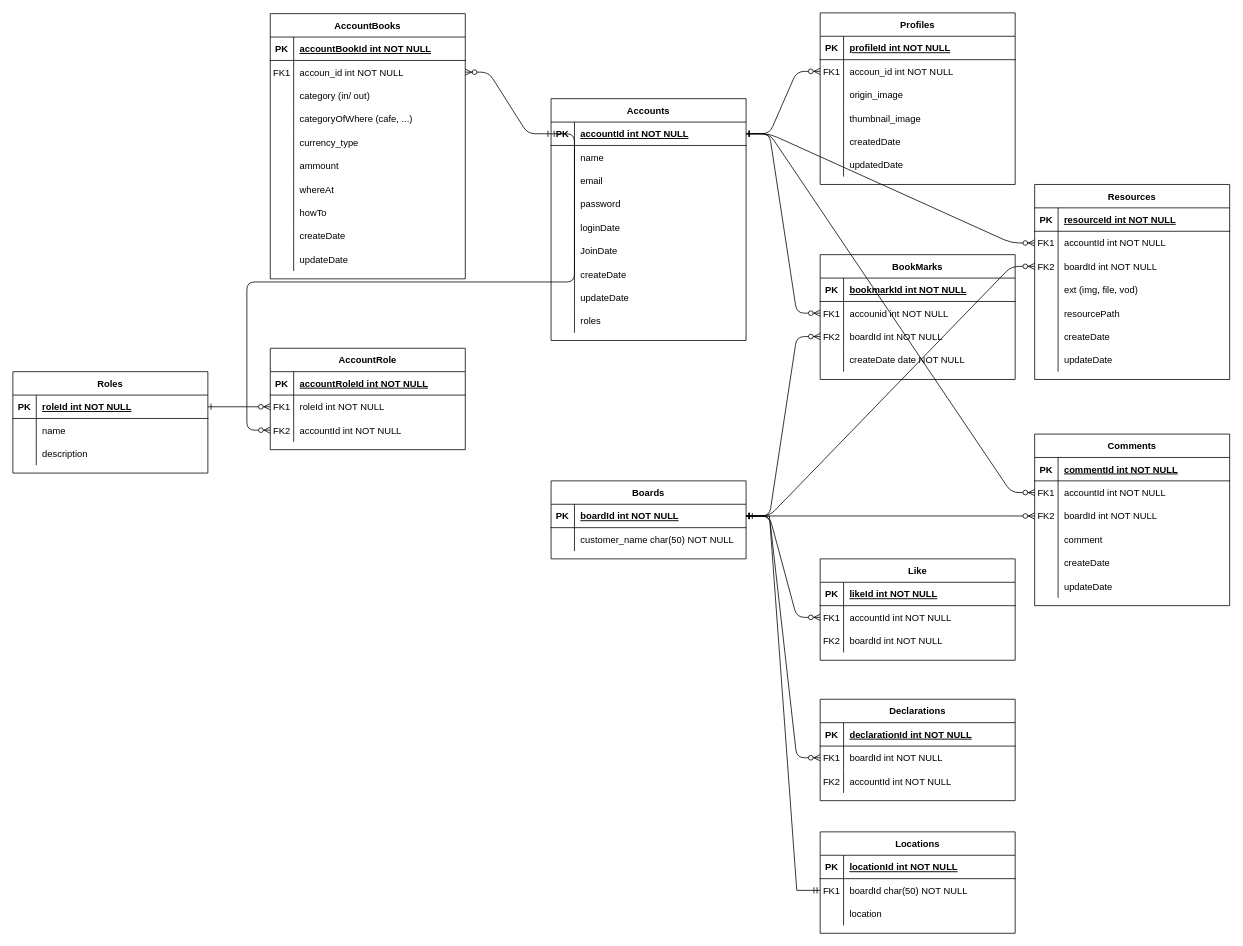
The draw.io diagram Untitled Diagram.drawio in gitSaein/chat-service, before the edit. Source tidied: cells renumbered, new cells numbered last; positions are measured from the earlier drawing's top-left corner, leaving out a move shared by most shapes. Both pictures are drawn from the tidied source at 78%, with x=0, y=0 at pixel (12, 12).
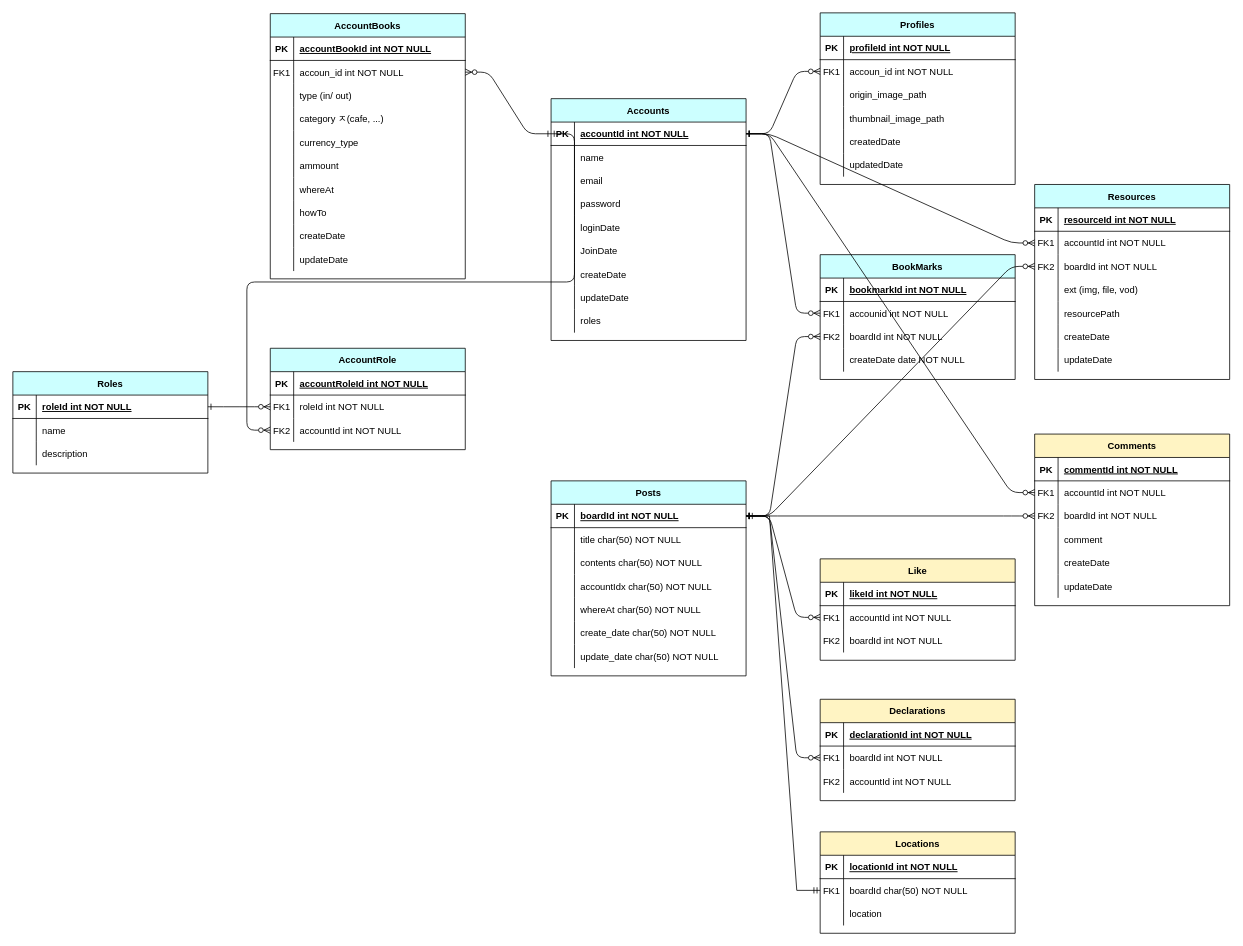
The same diagram, later.

Unchanged cells that the change refers to:
```xml
<mxCell id="101" style="shape=partialRectangle;fillColor=none;top=0;left=0;right=0;bottom=0;" parent="94" vertex="1">
  <mxGeometry y="90" width="250" height="30" as="geometry" />
</mxCell>
<mxCell id="104" style="shape=partialRectangle;fillColor=none;top=0;left=0;right=0;bottom=0;" parent="94" vertex="1">
  <mxGeometry y="120" width="250" height="30" as="geometry" />
</mxCell>
<mxCell id="156" style="shape=partialRectangle;fillColor=none;top=0;left=0;right=0;bottom=0;" parent="149" vertex="1">
  <mxGeometry y="90" width="250" height="30" as="geometry" />
</mxCell>
<mxCell id="159" style="shape=partialRectangle;fillColor=none;top=0;left=0;right=0;bottom=0;" parent="149" vertex="1">
  <mxGeometry y="120" width="250" height="30" as="geometry" />
</mxCell>
```

What changed in the source:
```diff
@@
-    <mxCell id="2" value="Boards" style="shape=table;startSize=30;childLayout=tableLayout;rowLines=0;fontStyle=1;align=center;" parent="1" vertex="1">
-      <mxGeometry x="690" y="600" width="250" height="100" as="geometry" />
+    <mxCell id="2" value="Posts" style="shape=table;startSize=30;childLayout=tableLayout;rowLines=0;fontStyle=1;align=center;fillColor=#CCFFFF;" parent="1" vertex="1">
+      <mxGeometry x="690" y="600" width="250" height="250" as="geometry" />
     </mxCell>
@@
+    <mxCell id="204" style="shape=partialRectangle;fillColor=none;top=0;left=0;right=0;bottom=0;" parent="2" vertex="1">
+      <mxGeometry y="60" width="250" height="30" as="geometry" />
+    </mxCell>
+    <mxCell id="205" style="shape=partialRectangle;overflow=hidden;fillColor=none;top=0;left=0;bottom=0;right=0;" parent="204" vertex="1">
+      <mxGeometry width="30" height="30" as="geometry" />
+    </mxCell>
+    <mxCell id="206" value="title char(50) NOT NULL" style="shape=partialRectangle;overflow=hidden;fillColor=none;top=0;left=0;bottom=0;right=0;align=left;spacingLeft=6;" parent="204" vertex="1">
+      <mxGeometry x="30" width="220" height="30" as="geometry" />
+    </mxCell>
+    <mxCell id="207" style="shape=partialRectangle;fillColor=none;top=0;left=0;right=0;bottom=0;" parent="2" vertex="1">
+      <mxGeometry y="90" width="250" height="30" as="geometry" />
+    </mxCell>
+    <mxCell id="208" style="shape=partialRectangle;overflow=hidden;fillColor=none;top=0;left=0;bottom=0;right=0;" parent="207" vertex="1">
+      <mxGeometry width="30" height="30" as="geometry" />
+    </mxCell>
+    <mxCell id="209" value="contents char(50) NOT NULL" style="shape=partialRectangle;overflow=hidden;fillColor=none;top=0;left=0;bottom=0;right=0;align=left;spacingLeft=6;" parent="207" vertex="1">
+      <mxGeometry x="30" width="220" height="30" as="geometry" />
+    </mxCell>
+    <mxCell id="210" style="shape=partialRectangle;fillColor=none;top=0;left=0;right=0;bottom=0;" parent="2" vertex="1">
+      <mxGeometry y="120" width="250" height="30" as="geometry" />
+    </mxCell>
+    <mxCell id="211" style="shape=partialRectangle;overflow=hidden;fillColor=none;top=0;left=0;bottom=0;right=0;" parent="210" vertex="1">
+      <mxGeometry width="30" height="30" as="geometry" />
+    </mxCell>
+    <mxCell id="212" value="accountIdx char(50) NOT NULL" style="shape=partialRectangle;overflow=hidden;fillColor=none;top=0;left=0;bottom=0;right=0;align=left;spacingLeft=6;" parent="210" vertex="1">
+      <mxGeometry x="30" width="220" height="30" as="geometry" />
+    </mxCell>
+    <mxCell id="213" style="shape=partialRectangle;fillColor=none;top=0;left=0;right=0;bottom=0;" parent="2" vertex="1">
+      <mxGeometry y="150" width="250" height="30" as="geometry" />
+    </mxCell>
+    <mxCell id="214" style="shape=partialRectangle;overflow=hidden;fillColor=none;top=0;left=0;bottom=0;right=0;" parent="213" vertex="1">
+      <mxGeometry width="30" height="30" as="geometry" />
+    </mxCell>
+    <mxCell id="215" value="whereAt char(50) NOT NULL" style="shape=partialRectangle;overflow=hidden;fillColor=none;top=0;left=0;bottom=0;right=0;align=left;spacingLeft=6;" parent="213" vertex="1">
+      <mxGeometry x="30" width="220" height="30" as="geometry" />
+    </mxCell>
+    <mxCell id="216" style="shape=partialRectangle;fillColor=none;top=0;left=0;right=0;bottom=0;" parent="2" vertex="1">
+      <mxGeometry y="180" width="250" height="30" as="geometry" />
+    </mxCell>
+    <mxCell id="217" style="shape=partialRectangle;overflow=hidden;fillColor=none;top=0;left=0;bottom=0;right=0;" parent="216" vertex="1">
+      <mxGeometry width="30" height="30" as="geometry" />
+    </mxCell>
+    <mxCell id="218" value="create_date char(50) NOT NULL" style="shape=partialRectangle;overflow=hidden;fillColor=none;top=0;left=0;bottom=0;right=0;align=left;spacingLeft=6;" parent="216" vertex="1">
+      <mxGeometry x="30" width="220" height="30" as="geometry" />
+    </mxCell>
     <mxCell id="6" style="shape=partialRectangle;fillColor=none;top=0;left=0;right=0;bottom=0;" parent="2" vertex="1">
-      <mxGeometry y="60" width="250" height="30" as="geometry" />
+      <mxGeometry y="210" width="250" height="30" as="geometry" />
     </mxCell>
@@
-    <mxCell id="8" value="customer_name char(50) NOT NULL" style="shape=partialRectangle;overflow=hidden;fillColor=none;top=0;left=0;bottom=0;right=0;align=left;spacingLeft=6;" parent="6" vertex="1">
+    <mxCell id="8" value="update_date char(50) NOT NULL" style="shape=partialRectangle;overflow=hidden;fillColor=none;top=0;left=0;bottom=0;right=0;align=left;spacingLeft=6;" parent="6" vertex="1">
       <mxGeometry x="30" width="220" height="30" as="geometry" />
     </mxCell>
-    <mxCell id="9" value="Comments" style="shape=table;startSize=30;childLayout=tableLayout;rowLines=0;fontStyle=1;align=center;" parent="1" vertex="1">
+    <mxCell id="9" value="Comments" style="shape=table;startSize=30;childLayout=tableLayout;rowLines=0;fontStyle=1;align=center;fillColor=#FFF4C3;" parent="1" vertex="1">
       <mxGeometry x="1310" y="540" width="250" height="220" as="geometry" />
     </mxCell>
@@
-    <mxCell id="28" value="Like" style="shape=table;startSize=30;childLayout=tableLayout;rowLines=0;fontStyle=1;align=center;" parent="1" vertex="1">
+    <mxCell id="28" value="Like" style="shape=table;startSize=30;childLayout=tableLayout;rowLines=0;fontStyle=1;align=center;fillColor=#FFF4C3;" parent="1" vertex="1">
       <mxGeometry x="1035" y="700" width="250" height="130" as="geometry" />
     </mxCell>
@@
-    <mxCell id="38" value="Declarations" style="shape=table;startSize=30;childLayout=tableLayout;rowLines=0;fontStyle=1;align=center;" parent="1" vertex="1">
+    <mxCell id="38" value="Declarations" style="shape=table;startSize=30;childLayout=tableLayout;rowLines=0;fontStyle=1;align=center;fillColor=#FFF4C3;" parent="1" vertex="1">
       <mxGeometry x="1035" y="880" width="250" height="130" as="geometry" />
     </mxCell>
@@
-    <mxCell id="51" value="BookMarks" style="shape=table;startSize=30;childLayout=tableLayout;rowLines=0;fontStyle=1;align=center;" parent="1" vertex="1">
+    <mxCell id="51" value="BookMarks" style="shape=table;startSize=30;childLayout=tableLayout;rowLines=0;fontStyle=1;align=center;fillColor=#CCFFFF;" parent="1" vertex="1">
       <mxGeometry x="1035" y="310" width="250" height="160" as="geometry" />
     </mxCell>
@@
-    <mxCell id="66" value="Accounts" style="shape=table;startSize=30;childLayout=tableLayout;rowLines=0;fontStyle=1;align=center;" parent="1" vertex="1">
+    <mxCell id="66" value="Accounts" style="shape=table;startSize=30;childLayout=tableLayout;rowLines=0;fontStyle=1;align=center;fillColor=#CCFFFF;" parent="1" vertex="1">
       <mxGeometry x="690" y="110" width="250" height="310" as="geometry" />
     </mxCell>
@@
-    <mxCell id="94" value="Profiles" style="shape=table;startSize=30;childLayout=tableLayout;rowLines=0;fontStyle=1;align=center;" parent="1" vertex="1">
+    <mxCell id="94" value="Profiles" style="shape=table;startSize=30;childLayout=tableLayout;rowLines=0;fontStyle=1;align=center;fillColor=#CCFFFF;" parent="1" vertex="1">
       <mxGeometry x="1035" width="250" height="220" as="geometry" />
     </mxCell>
@@
-    <mxCell id="103" value="origin_image" style="shape=partialRectangle;overflow=hidden;fillColor=none;top=0;left=0;bottom=0;right=0;align=left;spacingLeft=6;" parent="101" vertex="1">
+    <mxCell id="103" value="origin_image_path" style="shape=partialRectangle;overflow=hidden;fillColor=none;top=0;left=0;bottom=0;right=0;align=left;spacingLeft=6;" parent="101" vertex="1">
       <mxGeometry x="30" width="220" height="30" as="geometry" />
     </mxCell>
@@
-    <mxCell id="106" value="thumbnail_image" style="shape=partialRectangle;overflow=hidden;fillColor=none;top=0;left=0;bottom=0;right=0;align=left;spacingLeft=6;" parent="104" vertex="1">
+    <mxCell id="106" value="thumbnail_image_path" style="shape=partialRectangle;overflow=hidden;fillColor=none;top=0;left=0;bottom=0;right=0;align=left;spacingLeft=6;" parent="104" vertex="1">
       <mxGeometry x="30" width="220" height="30" as="geometry" />
     </mxCell>
@@
-    <mxCell id="114" value="Locations" style="shape=table;startSize=30;childLayout=tableLayout;rowLines=0;fontStyle=1;align=center;" parent="1" vertex="1">
+    <mxCell id="114" value="Locations" style="shape=table;startSize=30;childLayout=tableLayout;rowLines=0;fontStyle=1;align=center;fillColor=#FFF4C3;" parent="1" vertex="1">
       <mxGeometry x="1035" y="1050" width="250" height="130" as="geometry" />
     </mxCell>
@@
-    <mxCell id="124" value="Resources" style="shape=table;startSize=30;childLayout=tableLayout;rowLines=0;fontStyle=1;align=center;" parent="1" vertex="1">
+    <mxCell id="124" value="Resources" style="shape=table;startSize=30;childLayout=tableLayout;rowLines=0;fontStyle=1;align=center;fillColor=#CCFFFF;" parent="1" vertex="1">
       <mxGeometry x="1310" y="220" width="250" height="250" as="geometry" />
     </mxCell>
@@
-    <mxCell id="149" value="AccountBooks" style="shape=table;startSize=30;childLayout=tableLayout;rowLines=0;fontStyle=1;align=center;" parent="1" vertex="1">
+    <mxCell id="149" value="AccountBooks" style="shape=table;startSize=30;childLayout=tableLayout;rowLines=0;fontStyle=1;align=center;fillColor=#CCFFFF;" parent="1" vertex="1">
       <mxGeometry x="330" y="1" width="250" height="340" as="geometry" />
     </mxCell>
@@
-    <mxCell id="158" value="category (in/ out)" style="shape=partialRectangle;overflow=hidden;fillColor=none;top=0;left=0;bottom=0;right=0;align=left;spacingLeft=6;" parent="156" vertex="1">
+    <mxCell id="158" value="type (in/ out)" style="shape=partialRectangle;overflow=hidden;fillColor=none;top=0;left=0;bottom=0;right=0;align=left;spacingLeft=6;" parent="156" vertex="1">
       <mxGeometry x="30" width="220" height="30" as="geometry" />
     </mxCell>
@@
-    <mxCell id="161" value="categoryOfWhere (cafe, ...)" style="shape=partialRectangle;overflow=hidden;fillColor=none;top=0;left=0;bottom=0;right=0;align=left;spacingLeft=6;" parent="159" vertex="1">
+    <mxCell id="161" value="category ㅈ(cafe, ...)" style="shape=partialRectangle;overflow=hidden;fillColor=none;top=0;left=0;bottom=0;right=0;align=left;spacingLeft=6;" parent="159" vertex="1">
       <mxGeometry x="30" width="220" height="30" as="geometry" />
     </mxCell>
@@
-    <mxCell id="181" value="Roles" style="shape=table;startSize=30;childLayout=tableLayout;rowLines=0;fontStyle=1;align=center;" parent="1" vertex="1">
+    <mxCell id="181" value="Roles" style="shape=table;startSize=30;childLayout=tableLayout;rowLines=0;fontStyle=1;align=center;fillColor=#CCFFFF;" parent="1" vertex="1">
       <mxGeometry y="460" width="250" height="130" as="geometry" />
     </mxCell>
@@
-    <mxCell id="191" value="AccountRole" style="shape=table;startSize=30;childLayout=tableLayout;rowLines=0;fontStyle=1;align=center;" parent="1" vertex="1">
+    <mxCell id="191" value="AccountRole" style="shape=table;startSize=30;childLayout=tableLayout;rowLines=0;fontStyle=1;align=center;fillColor=#CCFFFF;" parent="1" vertex="1">
       <mxGeometry x="330" y="430" width="250" height="130" as="geometry" />
     </mxCell>
```
